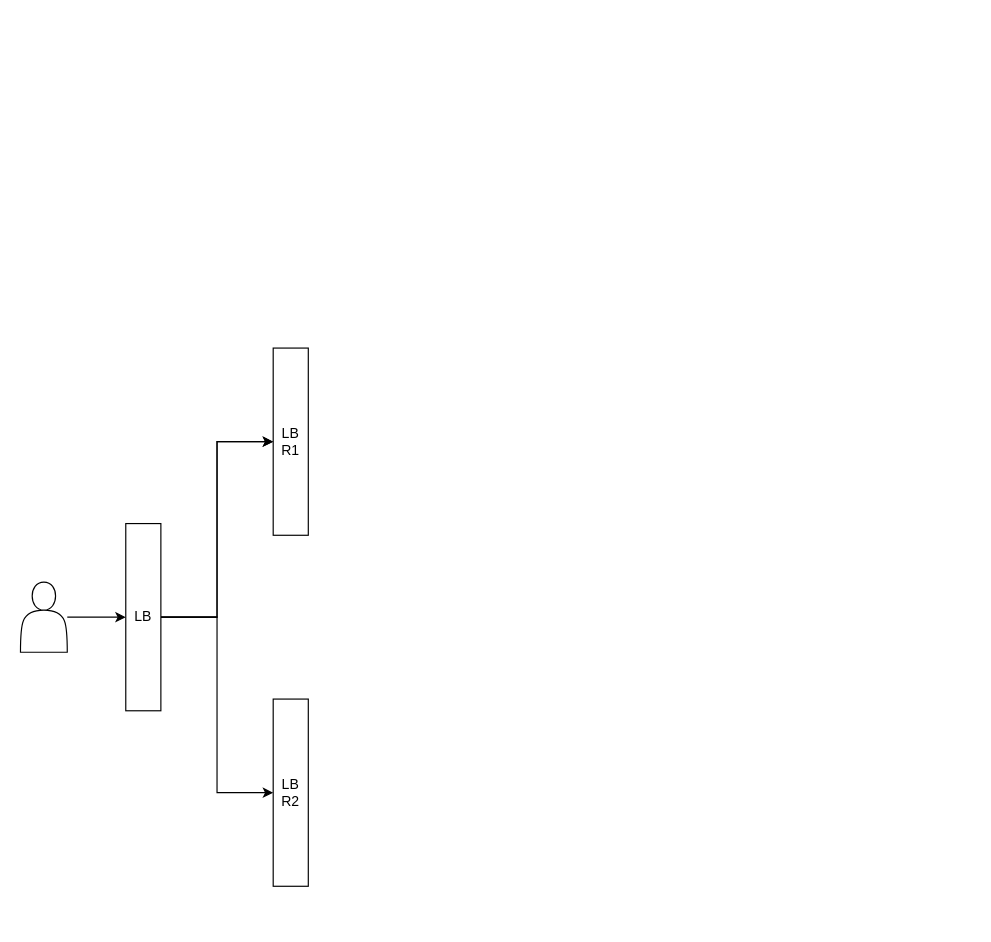
sunilkrishnatry/friendly-chainsaw keeps this draw.io diagram as MarketPlace.drawio. Above is the earlier version. Source tidied: cells renumbered, new cells numbered last; positions are measured from the earlier drawing's top-left corner, leaving out a move shared by most shapes. Both pictures are drawn from the tidied source at 117%, with x=0, y=0 at pixel (20, 347).
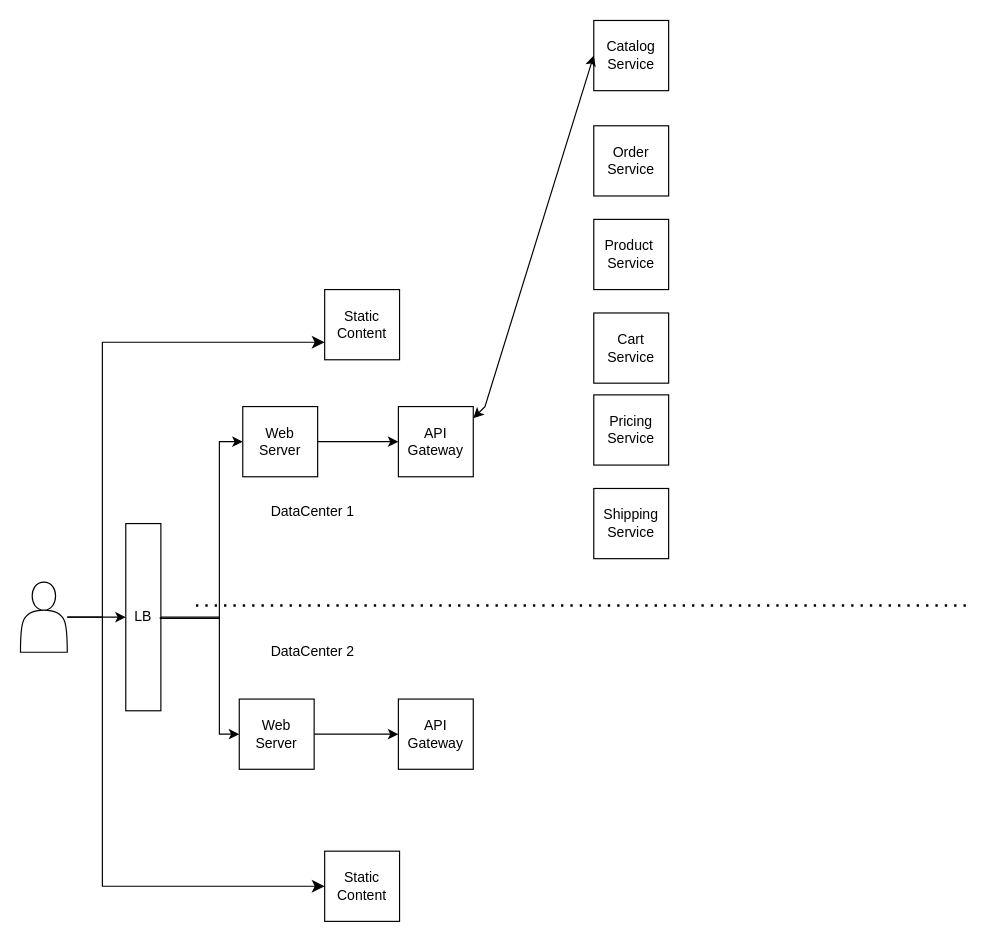
After the change.

The change refers to these unchanged cells:
```xml
<mxCell id="7" value="LB" style="whiteSpace=wrap;html=1;" parent="1" vertex="1">
  <mxGeometry x="90" y="150" width="30" height="160" as="geometry" />
</mxCell>
```

What changed in the source:
```diff
@@
-    <mxCell id="4" style="edgeStyle=orthogonalEdgeStyle;rounded=0;jettySize=auto;html=1;" parent="1" edge="1" source="7" target="8">
-      <mxGeometry relative="1" as="geometry" />
-    </mxCell>
-    <mxCell id="5" style="edgeStyle=orthogonalEdgeStyle;rounded=0;jettySize=auto;html=1;" parent="1" edge="1" source="7" target="8">
-      <mxGeometry relative="1" as="geometry" />
-    </mxCell>
     <mxCell id="6" style="edgeStyle=orthogonalEdgeStyle;rounded=0;jettySize=auto;html=1;" parent="1" edge="1" source="7" target="9">
-      <mxGeometry relative="1" as="geometry" />
+      <mxGeometry relative="1" as="geometry">
+        <Array as="points">
+          <mxPoint x="170" y="230" />
+          <mxPoint x="170" y="330" />
+        </Array>
+      </mxGeometry>
     </mxCell>
@@
+    <mxCell id="10" style="edgeStyle=orthogonalEdgeStyle;rounded=0;jettySize=auto;html=1;" parent="1" edge="1" source="8" target="12">
+      <mxGeometry relative="1" as="geometry" />
+    </mxCell>
-    <mxCell id="8" value="LB&lt;br&gt;R1" style="whiteSpace=wrap;html=1;" parent="1" vertex="1">
-      <mxGeometry x="216" width="30" height="160" as="geometry" />
+    <mxCell id="8" value="Web Server" style="whiteSpace=wrap;html=1;" parent="1" vertex="1">
+      <mxGeometry x="190" y="50" width="64" height="60" as="geometry" />
     </mxCell>
+    <mxCell id="11" style="edgeStyle=orthogonalEdgeStyle;rounded=0;jettySize=auto;html=1;" parent="1" edge="1" source="9" target="20">
+      <mxGeometry relative="1" as="geometry" />
+    </mxCell>
-    <mxCell id="9" value="LB&lt;br&gt;R2" style="whiteSpace=wrap;html=1;" parent="1" vertex="1">
-      <mxGeometry x="216" y="300" width="30" height="160" as="geometry" />
+    <mxCell id="9" value="Web Server" style="whiteSpace=wrap;html=1;" parent="1" vertex="1">
+      <mxGeometry x="187" y="300" width="64" height="60" as="geometry" />
     </mxCell>
+    <mxCell id="12" value="API Gateway" style="whiteSpace=wrap;html=1;" parent="1" vertex="1">
+      <mxGeometry x="323" y="50" width="64" height="60" as="geometry" />
+    </mxCell>
+    <mxCell id="13" value="DataCenter 1" style="text;html=1;strokeColor=none;fillColor=none;align=center;verticalAlign=middle;whiteSpace=wrap;overflow=hidden;" parent="1" vertex="1">
+      <mxGeometry x="210" y="130" width="80" height="20" as="geometry" />
+    </mxCell>
+    <mxCell id="14" value="DataCenter 2" style="text;html=1;strokeColor=none;fillColor=none;align=center;verticalAlign=middle;whiteSpace=wrap;overflow=hidden;" parent="1" vertex="1">
+      <mxGeometry x="210" y="250" width="80" height="20" as="geometry" />
+    </mxCell>
+    <mxCell id="15" style="edgeStyle=orthogonalEdgeStyle;rounded=0;jettySize=auto;html=1;entryX=0;entryY=0.5;entryDx=0;entryDy=0;" parent="1" edge="1" target="8">
+      <mxGeometry relative="1" as="geometry">
+        <mxPoint x="119.5" y="230" as="sourcePoint" />
+        <Array as="points">
+          <mxPoint x="120" y="231" />
+          <mxPoint x="170" y="231" />
+          <mxPoint x="170" y="80" />
+        </Array>
+      </mxGeometry>
+    </mxCell>
+    <mxCell id="16" value="Static Content" style="whiteSpace=wrap;html=1;" parent="1" vertex="1">
+      <mxGeometry x="260" y="-50" width="64" height="60" as="geometry" />
+    </mxCell>
+    <mxCell id="17" style="edgeStyle=elbowEdgeStyle;elbow=horizontal;endArrow=classic;html=1;curved=0;rounded=0;endSize=8;startSize=8;entryX=0;entryY=0.75;entryDx=0;entryDy=0;" parent="1" edge="1" target="16">
+      <mxGeometry relative="1" as="geometry">
+        <mxPoint x="40" y="230" as="sourcePoint" />
+        <Array as="points">
+          <mxPoint x="70" y="190" />
+        </Array>
+      </mxGeometry>
+    </mxCell>
+    <mxCell id="18" value="Static Content" style="whiteSpace=wrap;html=1;" parent="1" vertex="1">
+      <mxGeometry x="260" y="430" width="64" height="60" as="geometry" />
+    </mxCell>
+    <mxCell id="19" style="edgeStyle=elbowEdgeStyle;elbow=horizontal;endArrow=classic;html=1;curved=0;rounded=0;endSize=8;startSize=8;entryX=0;entryY=0.5;entryDx=0;entryDy=0;" parent="1" edge="1" target="18">
+      <mxGeometry relative="1" as="geometry">
+        <mxPoint x="70" y="230" as="sourcePoint" />
+        <Array as="points">
+          <mxPoint x="70" y="370" />
+        </Array>
+      </mxGeometry>
+    </mxCell>
+    <mxCell id="20" value="API Gateway" style="whiteSpace=wrap;html=1;" parent="1" vertex="1">
+      <mxGeometry x="323" y="300" width="64" height="60" as="geometry" />
+    </mxCell>
+    <mxCell id="21" style="endArrow=none;dashed=1;html=1;dashPattern=1 3;strokeWidth=2;rounded=0;" parent="1" edge="1">
+      <mxGeometry relative="1" as="geometry">
+        <mxPoint x="150" y="220" as="sourcePoint" />
+        <mxPoint x="810" y="220" as="targetPoint" />
+      </mxGeometry>
+    </mxCell>
+    <mxCell id="22" value="Catalog Service" style="whiteSpace=wrap;html=1;" parent="1" vertex="1">
+      <mxGeometry x="490" y="-280" width="64" height="60" as="geometry" />
+    </mxCell>
+    <mxCell id="23" style="endArrow=classic;startArrow=classic;html=1;rounded=0;entryX=0;entryY=0.5;entryDx=0;entryDy=0;" parent="1" edge="1" target="22">
+      <mxGeometry relative="1" as="geometry">
+        <mxPoint x="387" y="60" as="sourcePoint" />
+        <Array as="points">
+          <mxPoint x="397" y="50" />
+        </Array>
+      </mxGeometry>
+    </mxCell>
+    <mxCell id="24" value="Product&amp;nbsp;&lt;br&gt;Service" style="whiteSpace=wrap;html=1;" parent="1" vertex="1">
+      <mxGeometry x="490" y="-110" width="64" height="60" as="geometry" />
+    </mxCell>
+    <mxCell id="25" value="Cart Service" style="whiteSpace=wrap;html=1;" parent="1" vertex="1">
+      <mxGeometry x="490" y="-30" width="64" height="60" as="geometry" />
+    </mxCell>
+    <mxCell id="26" value="Order Service" style="whiteSpace=wrap;html=1;" parent="1" vertex="1">
+      <mxGeometry x="490" y="-190" width="64" height="60" as="geometry" />
+    </mxCell>
+    <mxCell id="27" value="Pricing Service" style="whiteSpace=wrap;html=1;" parent="1" vertex="1">
+      <mxGeometry x="490" y="40" width="64" height="60" as="geometry" />
+    </mxCell>
+    <mxCell id="28" value="Shipping Service" style="whiteSpace=wrap;html=1;" parent="1" vertex="1">
+      <mxGeometry x="490" y="120" width="64" height="60" as="geometry" />
+    </mxCell>
```
